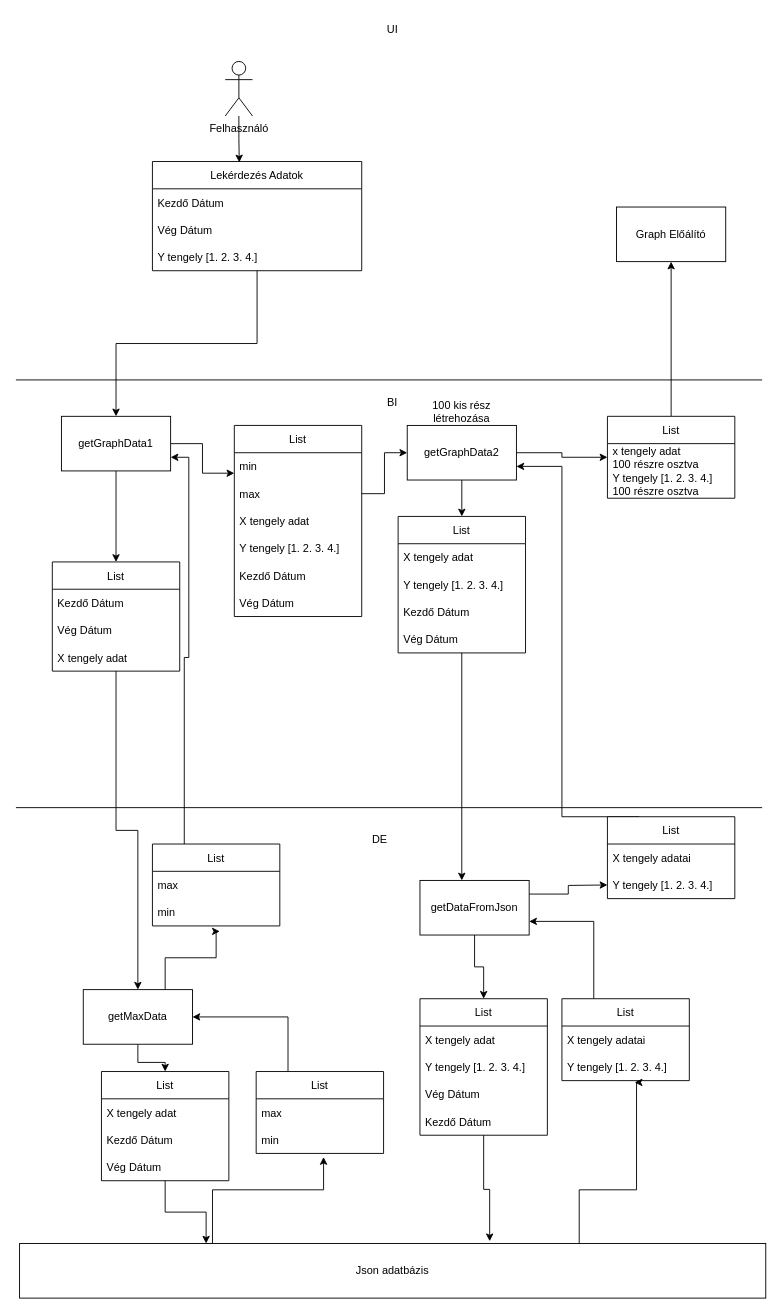
Earlier version of the draw.io diagram Megnevezetlen diagram.drawio (Cryptologusok/criptologusok). Source tidied: cells renumbered, new cells numbered last; positions are measured from the earlier drawing's top-left corner, leaving out a move shared by most shapes. Both pictures are drawn from the tidied source at 91%, with x=0, y=0 at pixel (15, 15).
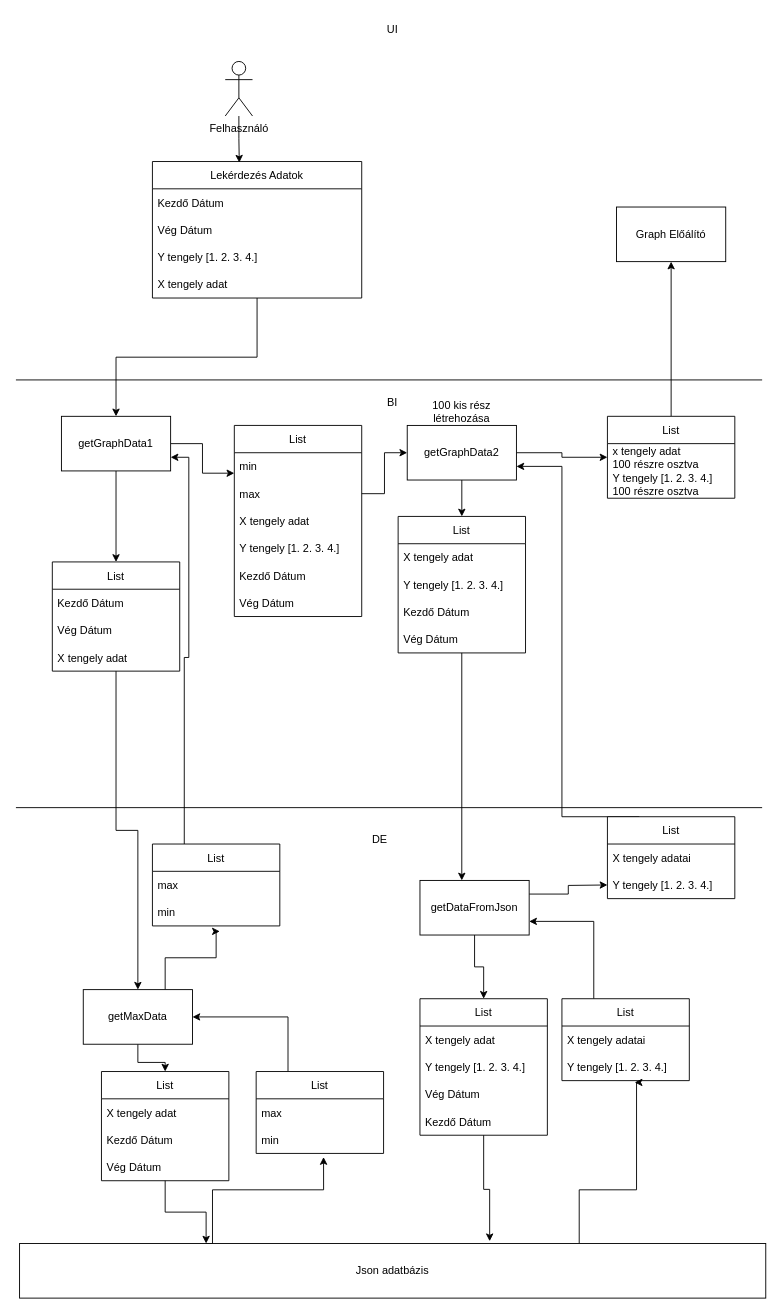
Above is the later version.

Commit message:
typo is pain

The edit, as a diff of the source:
```diff
@@
     <mxCell id="3" value="Lekérdezés Adatok" style="swimlane;fontStyle=0;horizontal=1;startSize=30;" parent="1" vertex="1">
-      <mxGeometry x="150" y="160" width="230" height="120" as="geometry" />
+      <mxGeometry x="150" y="160" width="230" height="150" as="geometry" />
     </mxCell>
@@
+    <mxCell id="81" value="X tengely adat" style="text;strokeColor=none;fillColor=none;align=left;verticalAlign=middle;spacingLeft=4;spacingRight=4;overflow=hidden;" parent="3" vertex="1">
+      <mxGeometry y="120" width="230" height="30" as="geometry" />
+    </mxCell>
```
